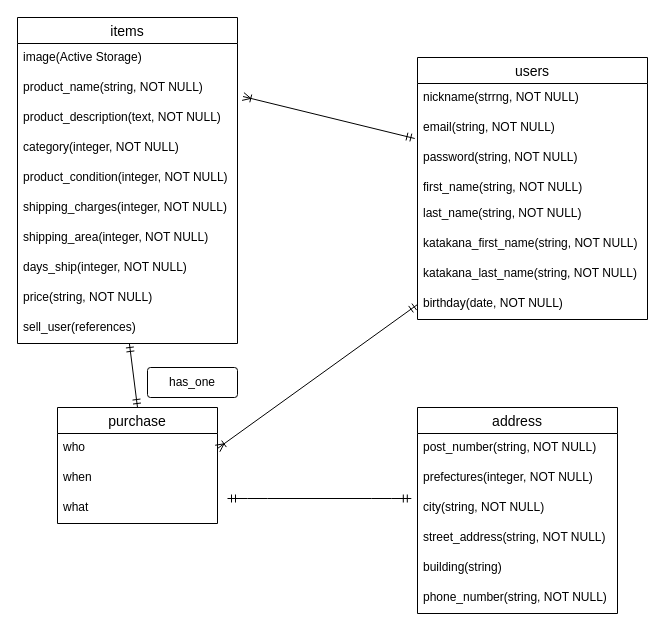
Above: furima.dio in NaaaRiii/furima-31135 (draw.io), before the change. Source tidied: cells renumbered, new cells numbered last; positions are measured from the earlier drawing's top-left corner, leaving out a move shared by most shapes. Both pictures are drawn from the tidied source at 100%, with x=0, y=0 at pixel (17, 17).
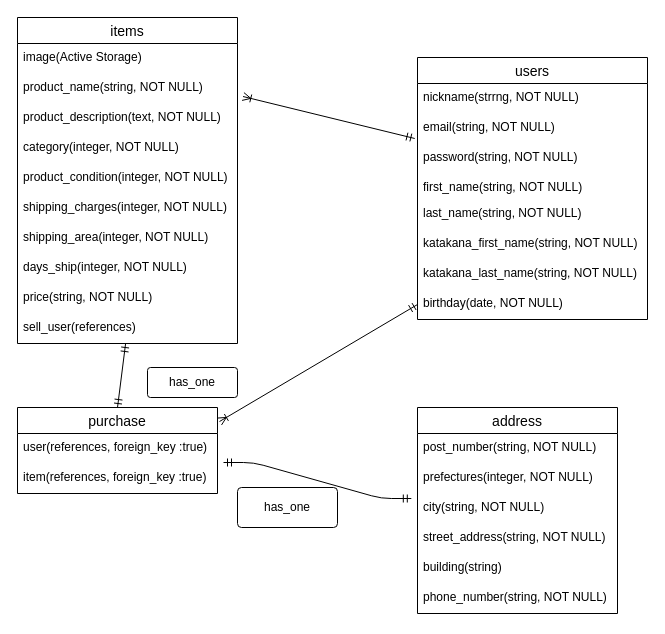
Above is the later version.

Commit message (it also covers changes not shown here):
has_oneの関係性と外部キー

Unchanged cells that the change refers to:
```xml
<mxCell id="10" value="birthday(date, NOT NULL)" style="text;strokeColor=none;fillColor=none;spacingLeft=4;spacingRight=4;overflow=hidden;points=[[0,0.5],[1,0.5]];portConstraint=eastwest;fontSize=12;" parent="2" vertex="1">
  <mxGeometry y="232" width="230" height="30" as="geometry" />
</mxCell>
<mxCell id="31" value="city(string, NOT NULL)" style="text;strokeColor=none;fillColor=none;spacingLeft=4;spacingRight=4;overflow=hidden;points=[[0,0.5],[1,0.5]];portConstraint=eastwest;fontSize=12;" parent="28" vertex="1">
  <mxGeometry y="86" width="200" height="30" as="geometry" />
</mxCell>
```

What changed in the source:
```diff
@@
-    <mxCell id="23" value="purchase" style="swimlane;fontStyle=0;horizontal=1;startSize=26;align=center;fontSize=14;" parent="1" vertex="1">
-      <mxGeometry x="40" y="390" width="160" height="116" as="geometry" />
-    </mxCell>
-    <mxCell id="24" value="who" style="text;strokeColor=none;fillColor=none;spacingLeft=4;spacingRight=4;overflow=hidden;points=[[0,0.5],[1,0.5]];portConstraint=eastwest;fontSize=12;" parent="23" vertex="1">
-      <mxGeometry y="26" width="160" height="30" as="geometry" />
-    </mxCell>
-    <mxCell id="25" value="when" style="text;strokeColor=none;fillColor=none;spacingLeft=4;spacingRight=4;overflow=hidden;points=[[0,0.5],[1,0.5]];portConstraint=eastwest;fontSize=12;" parent="23" vertex="1">
-      <mxGeometry y="56" width="160" height="30" as="geometry" />
-    </mxCell>
-    <mxCell id="26" value="what" style="text;strokeColor=none;fillColor=none;spacingLeft=4;spacingRight=4;overflow=hidden;fontSize=12;" parent="23" vertex="1">
-      <mxGeometry y="86" width="160" height="30" as="geometry" />
-    </mxCell>
@@
-    <mxCell id="35" style="edgeStyle=entityRelationEdgeStyle;fontSize=12;html=1;endArrow=ERmandOne;startArrow=ERmandOne;entryX=-0.031;entryY=0.167;entryDx=0;entryDy=0;entryPerimeter=0;" parent="1" edge="1" target="31">
-      <mxGeometry relative="1" as="geometry">
-        <mxPoint x="210" y="481" as="sourcePoint" />
-      </mxGeometry>
+    <mxCell id="35" style="edgeStyle=entityRelationEdgeStyle;fontSize=12;html=1;endArrow=ERmandOne;startArrow=ERmandOne;entryX=-0.031;entryY=0.167;entryDx=0;entryDy=0;entryPerimeter=0;exitX=1.03;exitY=-0.033;exitDx=0;exitDy=0;exitPerimeter=0;" parent="1" edge="1" source="25" target="31">
+      <mxGeometry relative="1" as="geometry" />
     </mxCell>
-    <mxCell id="36" style="fontSize=12;html=1;endArrow=ERoneToMany;startArrow=ERmandOne;exitX=0;exitY=0.5;exitDx=0;exitDy=0;entryX=1;entryY=0.5;entryDx=0;entryDy=0;" parent="1" edge="1" source="10" target="24">
+    <mxCell id="36" style="fontSize=12;html=1;endArrow=ERoneToMany;startArrow=ERmandOne;exitX=0;exitY=0.5;exitDx=0;exitDy=0;entryX=1.01;entryY=0.163;entryDx=0;entryDy=0;entryPerimeter=0;" parent="1" edge="1" source="10" target="23">
       <mxGeometry relative="1" as="geometry" />
     </mxCell>
@@
+    <mxCell id="23" value="purchase" style="swimlane;fontStyle=0;horizontal=1;startSize=26;align=center;fontSize=14;" parent="1" vertex="1">
+      <mxGeometry y="390" width="200" height="86" as="geometry" />
+    </mxCell>
+    <mxCell id="24" value="user(references, foreign_key :true)" style="text;strokeColor=none;fillColor=none;spacingLeft=4;spacingRight=4;overflow=hidden;points=[[0,0.5],[1,0.5]];portConstraint=eastwest;fontSize=12;" parent="23" vertex="1">
+      <mxGeometry y="26" width="200" height="30" as="geometry" />
+    </mxCell>
+    <mxCell id="25" value="item(references, foreign_key :true)" style="text;strokeColor=none;fillColor=none;spacingLeft=4;spacingRight=4;overflow=hidden;points=[[0,0.5],[1,0.5]];portConstraint=eastwest;fontSize=12;" parent="23" vertex="1">
+      <mxGeometry y="56" width="200" height="30" as="geometry" />
+    </mxCell>
+    <mxCell id="38" value="has_one" style="rounded=1;arcSize=10;whiteSpace=wrap;html=1;align=center;" parent="1" vertex="1">
+      <mxGeometry x="220" y="470" width="100" height="40" as="geometry" />
+    </mxCell>
```
